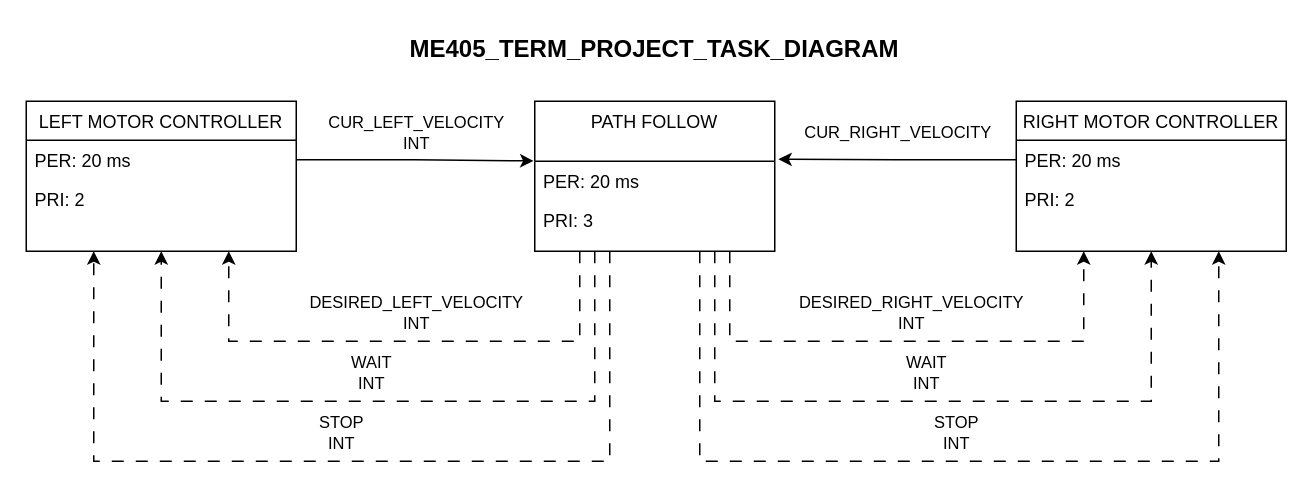
The draw.io diagram Diagrams/ME405_Term_Project_Task_Diagram.drawio in kyleas/romi, before the edit. Source tidied: cells renumbered, new cells numbered last; positions are measured from the earlier drawing's top-left corner, leaving out a move shared by most shapes. Both pictures are drawn from the tidied source at 150%, with x=0, y=0 at pixel (26, 26).
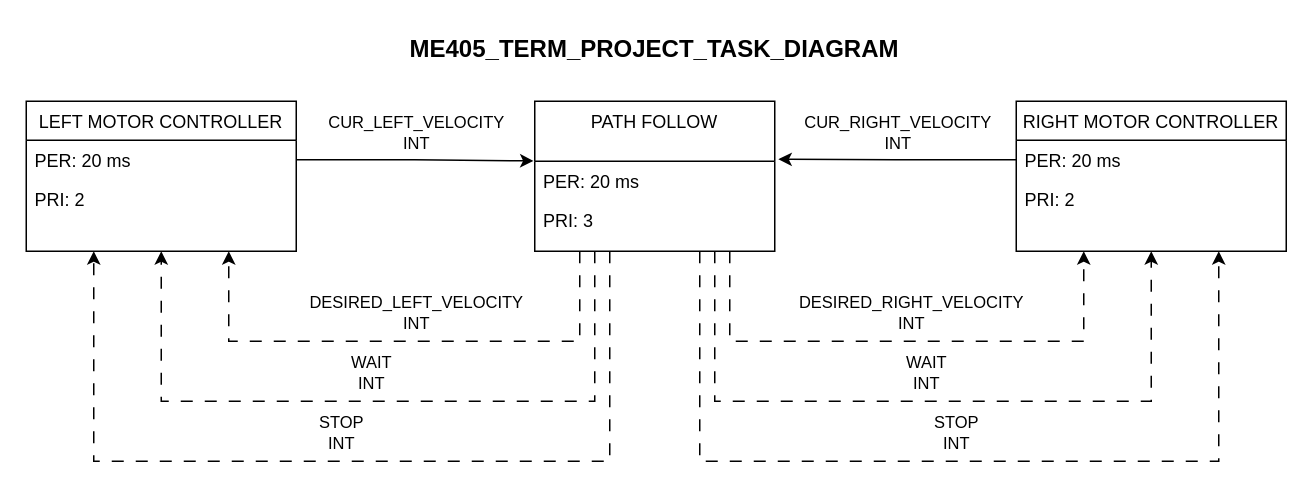
Above is the later version.

Commit message (it also covers changes not shown here):
Removed insert here text and made diagram change

The change refers to these unchanged cells:
```xml
<mxCell id="12" style="edgeStyle=orthogonalEdgeStyle;rounded=0;jettySize=auto;html=1;exitX=0;exitY=0.5;exitDx=0;exitDy=0;entryX=1.015;entryY=-0.051;entryDx=0;entryDy=0;entryPerimeter=0;" parent="1" edge="1" source="15" target="5">
  <mxGeometry relative="1" as="geometry" />
</mxCell>
```

What changed in the source:
```diff
@@
-    <mxCell id="13" value="CUR_RIGHT_VELOCITY" style="edgeLabel;html=1;align=center;verticalAlign=middle;" parent="12" vertex="1">
+    <mxCell id="13" value="&lt;div&gt;CUR_RIGHT_VELOCITY&lt;/div&gt;&lt;div&gt;INT&lt;/div&gt;" style="edgeLabel;html=1;align=center;verticalAlign=middle;" parent="12" vertex="1">
       <mxGeometry x="-0.03" y="2" relative="1" as="geometry">
         <mxPoint x="-3" y="-21" as="offset" />
       </mxGeometry>
     </mxCell>
```
